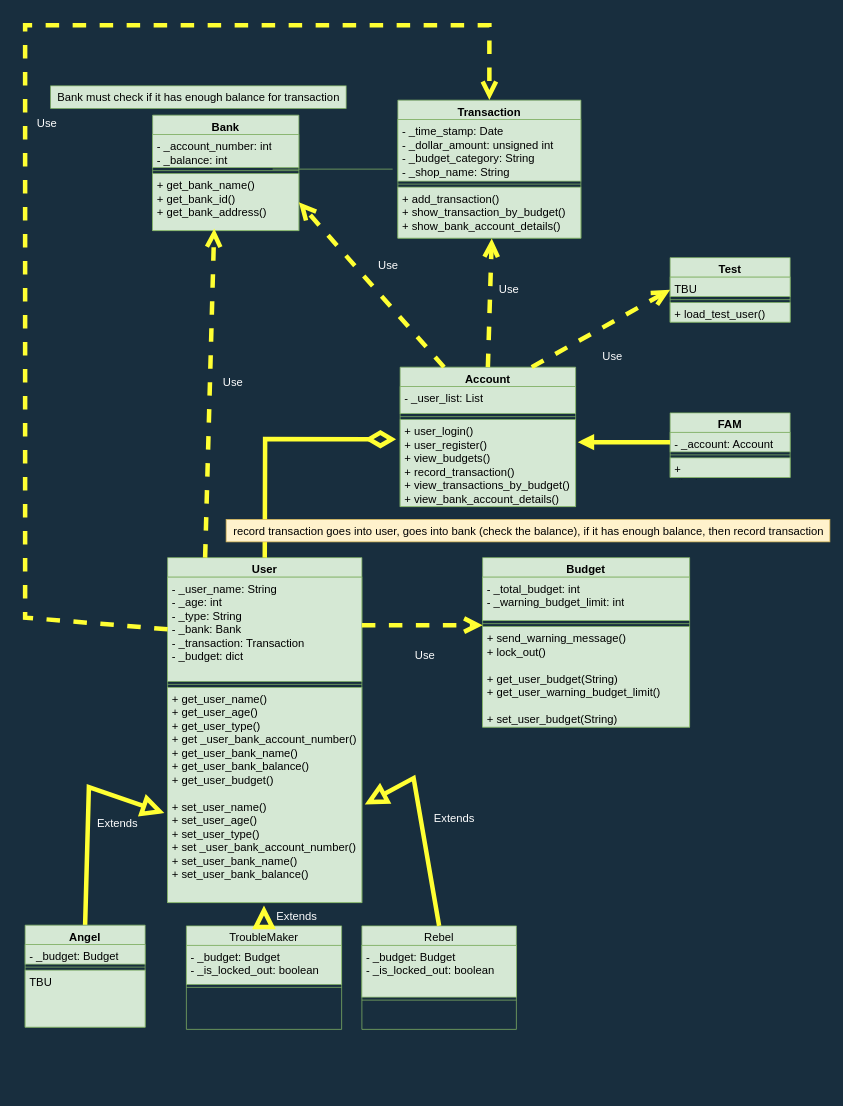
Above: UML.drawio in nash4comp/TheFam (draw.io), before the change. Source tidied: cells renumbered, new cells numbered last; positions are measured from the earlier drawing's top-left corner, leaving out a move shared by most shapes. Both pictures are drawn from the tidied source at 75%, with x=0, y=0 at pixel (25, 25).
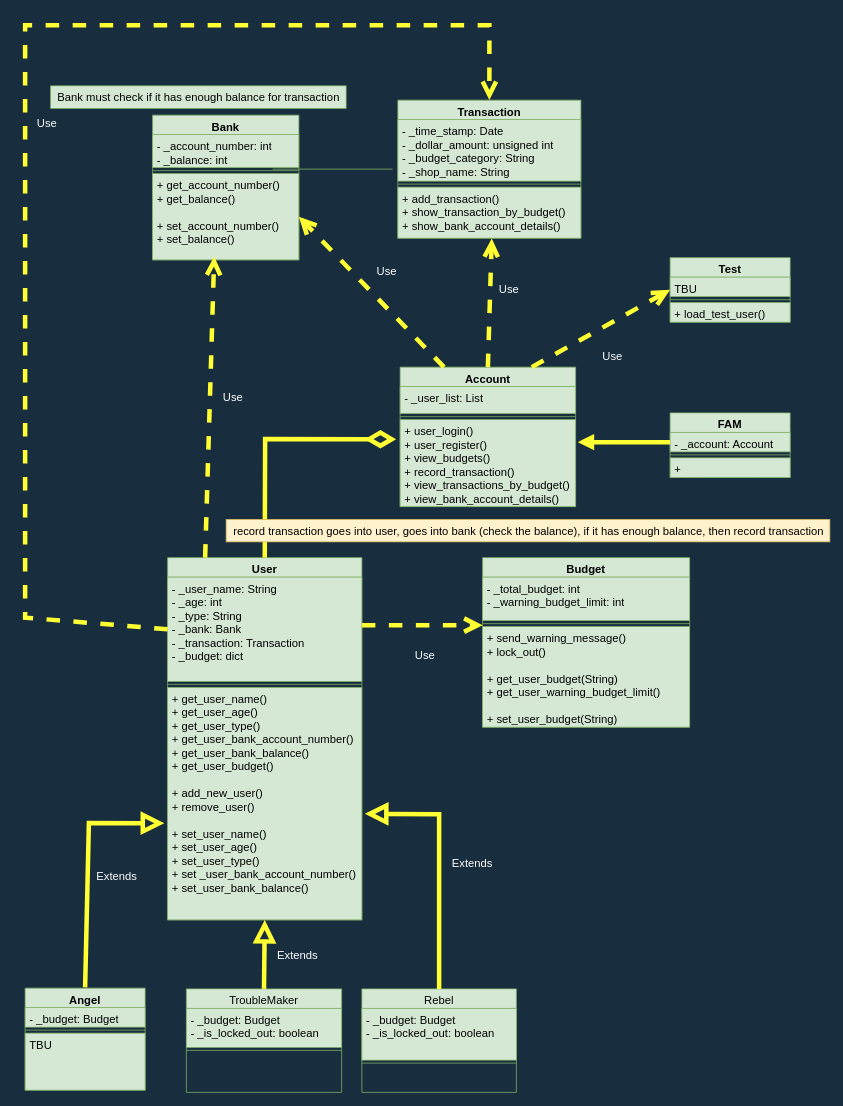
Above is the later version.

Change to the diagram source:
```diff
@@
     <mxCell id="2" value="TroubleMaker" style="swimlane;fontStyle=0;align=center;verticalAlign=top;horizontal=1;startSize=26;rounded=0;shadow=0;strokeWidth=1;fontFamily=Helvetica;labelBackgroundColor=none;fillColor=#d5e8d4;strokeColor=#82b366;fontSize=15;whiteSpace=wrap;" parent="1" vertex="1">
-      <mxGeometry x="215" y="1201" width="207" height="138" as="geometry" />
+      <mxGeometry x="215" y="1285" width="207" height="138" as="geometry" />
     </mxCell>
@@
     <mxCell id="5" value="Rebel" style="swimlane;fontStyle=0;align=center;verticalAlign=top;horizontal=1;startSize=26;rounded=0;shadow=0;strokeWidth=1;fontFamily=Helvetica;labelBackgroundColor=none;fillColor=#d5e8d4;strokeColor=#82b366;fontSize=15;whiteSpace=wrap;" parent="1" vertex="1">
-      <mxGeometry x="449" y="1201" width="206" height="138" as="geometry" />
+      <mxGeometry x="449" y="1285" width="206" height="138" as="geometry" />
     </mxCell>
@@
     <mxCell id="12" value="User" style="swimlane;fontStyle=1;align=center;verticalAlign=top;horizontal=1;startSize=26;fontFamily=Helvetica;labelBackgroundColor=none;fillColor=#d5e8d4;strokeColor=#82b366;fontSize=15;whiteSpace=wrap;" parent="1" vertex="1">
-      <mxGeometry x="190" y="710" width="259" height="460" as="geometry" />
+      <mxGeometry x="190" y="710" width="259" height="483" as="geometry" />
     </mxCell>
@@
-    <mxCell id="15" value="+ get_user_name()&#10;+ get_user_age() &#10;+ get_user_type()&#10;+ get _user_bank_account_number()&#10;+ get_user_bank_name()&#10;+ get_user_bank_balance()&#10;+ get_user_budget()&#10;&#10;+ set_user_name()&#10;+ set_user_age() &#10;+ set_user_type()&#10;+ set _user_bank_account_number()&#10;+ set_user_bank_name()&#10;+ set_user_bank_balance()" style="text;align=left;verticalAlign=top;spacingLeft=4;spacingRight=4;overflow=hidden;points=[[0,0.5],[1,0.5]];portConstraint=eastwest;fillColor=#d5e8d4;strokeColor=#82b366;fontSize=15;whiteSpace=wrap;" parent="12" vertex="1">
-      <mxGeometry y="173" width="259" height="287" as="geometry" />
+    <mxCell id="15" value="+ get_user_name()&#10;+ get_user_age() &#10;+ get_user_type()&#10;+ get_user_bank_account_number()&#10;+ get_user_bank_balance()&#10;+ get_user_budget()&#10;&#10;+ add_new_user()&#10;+ remove_user()&#10;&#10;+ set_user_name()&#10;+ set_user_age() &#10;+ set_user_type()&#10;+ set _user_bank_account_number()&#10;+ set_user_bank_balance()" style="text;align=left;verticalAlign=top;spacingLeft=4;spacingRight=4;overflow=hidden;points=[[0,0.5],[1,0.5]];portConstraint=eastwest;fillColor=#d5e8d4;strokeColor=#82b366;fontSize=15;whiteSpace=wrap;" parent="12" vertex="1">
+      <mxGeometry y="173" width="259" height="310" as="geometry" />
     </mxCell>
@@
     <mxCell id="26" value="Extends" style="endArrow=block;endSize=16;endFill=0;html=1;rounded=0;entryX=1.015;entryY=0.544;entryDx=0;entryDy=0;entryPerimeter=0;exitX=0.5;exitY=0;exitDx=0;exitDy=0;fontFamily=Helvetica;fontColor=#FFFFFF;labelBackgroundColor=none;fillColor=#d5e8d4;strokeColor=#FFFF33;strokeWidth=6;fontSize=15;" parent="1" edge="1" source="5" target="15">
       <mxGeometry x="0.02" y="-44" relative="1" as="geometry">
         <Array as="points">
-          <mxPoint x="518" y="1004" />
+          <mxPoint x="552" y="1052" />
         </Array>
         <mxPoint y="1" as="offset" />
       </mxGeometry>
     </mxCell>
-    <mxCell id="27" value="Extends" style="endArrow=block;endSize=16;endFill=0;html=1;rounded=0;exitX=0.5;exitY=0;exitDx=0;exitDy=0;entryX=-0.017;entryY=0.584;entryDx=0;entryDy=0;entryPerimeter=0;fontFamily=Helvetica;fontColor=#FFFFFF;labelBackgroundColor=none;fillColor=#d5e8d4;strokeColor=#FFFF33;strokeWidth=6;fontSize=15;" parent="1" edge="1" target="15">
+    <mxCell id="27" value="Extends" style="endArrow=block;endSize=16;endFill=0;html=1;rounded=0;entryX=-0.017;entryY=0.584;entryDx=0;entryDy=0;entryPerimeter=0;fontFamily=Helvetica;fontColor=#FFFFFF;labelBackgroundColor=none;fillColor=#d5e8d4;strokeColor=#FFFF33;strokeWidth=6;fontSize=15;" parent="1" edge="1" target="15">
       <mxGeometry x="-0.06" y="-39" relative="1" as="geometry">
-        <mxPoint x="80" y="1200" as="sourcePoint" />
+        <mxPoint x="80" y="1283" as="sourcePoint" />
         <Array as="points">
-          <mxPoint x="85" y="1016" />
+          <mxPoint x="85" y="1064" />
         </Array>
       </mxGeometry>
     </mxCell>
-    <mxCell id="28" value="Extends" style="endArrow=block;endSize=16;endFill=0;html=1;rounded=0;exitX=0.5;exitY=0;exitDx=0;exitDy=0;entryX=0.496;entryY=1.013;entryDx=0;entryDy=0;entryPerimeter=0;fontFamily=Helvetica;fontColor=#FFFFFF;labelBackgroundColor=none;fillColor=#d5e8d4;strokeColor=#FFFF33;strokeWidth=6;fontSize=15;" parent="1" edge="1" source="2" target="15">
+    <mxCell id="28" value="Extends" style="endArrow=block;endSize=16;endFill=0;html=1;rounded=0;exitX=0.5;exitY=0;exitDx=0;exitDy=0;fontFamily=Helvetica;fontColor=#FFFFFF;labelBackgroundColor=none;fillColor=#d5e8d4;strokeColor=#FFFF33;strokeWidth=6;fontSize=15;entryX=0.5;entryY=1;entryDx=0;entryDy=0;" parent="1" edge="1" source="2" target="12">
       <mxGeometry x="-0.01" y="-44" relative="1" as="geometry" />
     </mxCell>
@@
     <mxCell id="34" value="Bank" style="swimlane;fontStyle=1;align=center;verticalAlign=top;horizontal=1;startSize=26;fontFamily=Helvetica;labelBackgroundColor=none;fillColor=#d5e8d4;strokeColor=#82b366;fontSize=15;whiteSpace=wrap;" parent="1" vertex="1">
-      <mxGeometry x="170" y="120" width="195" height="154" as="geometry" />
+      <mxGeometry x="170" y="120" width="195" height="193" as="geometry" />
     </mxCell>
@@
-    <mxCell id="37" value="+ get_bank_name()&#10;+ get_bank_id()&#10;+ get_bank_address()" style="text;align=left;verticalAlign=top;spacingLeft=4;spacingRight=4;overflow=hidden;points=[[0,0.5],[1,0.5]];portConstraint=eastwest;fillColor=#d5e8d4;strokeColor=#82b366;fontSize=15;whiteSpace=wrap;" parent="34" vertex="1">
-      <mxGeometry y="78" width="195" height="76" as="geometry" />
+    <mxCell id="37" value="+ get_account_number()&#10;+ get_balance()&#10;&#10;+ set_account_number()&#10;+ set_balance()" style="text;align=left;verticalAlign=top;spacingLeft=4;spacingRight=4;overflow=hidden;points=[[0,0.5],[1,0.5]];portConstraint=eastwest;fillColor=#d5e8d4;strokeColor=#82b366;fontSize=15;whiteSpace=wrap;" parent="34" vertex="1">
+      <mxGeometry y="78" width="195" height="115" as="geometry" />
     </mxCell>
@@
     <mxCell id="45" value="Angel" style="swimlane;fontStyle=1;align=center;verticalAlign=top;horizontal=1;startSize=26;fontFamily=Helvetica;labelBackgroundColor=none;fillColor=#d5e8d4;strokeColor=#82b366;fontSize=15;whiteSpace=wrap;" parent="1" vertex="1">
-      <mxGeometry y="1200" width="160" height="136" as="geometry" />
+      <mxGeometry y="1284" width="160" height="136" as="geometry" />
     </mxCell>
```
